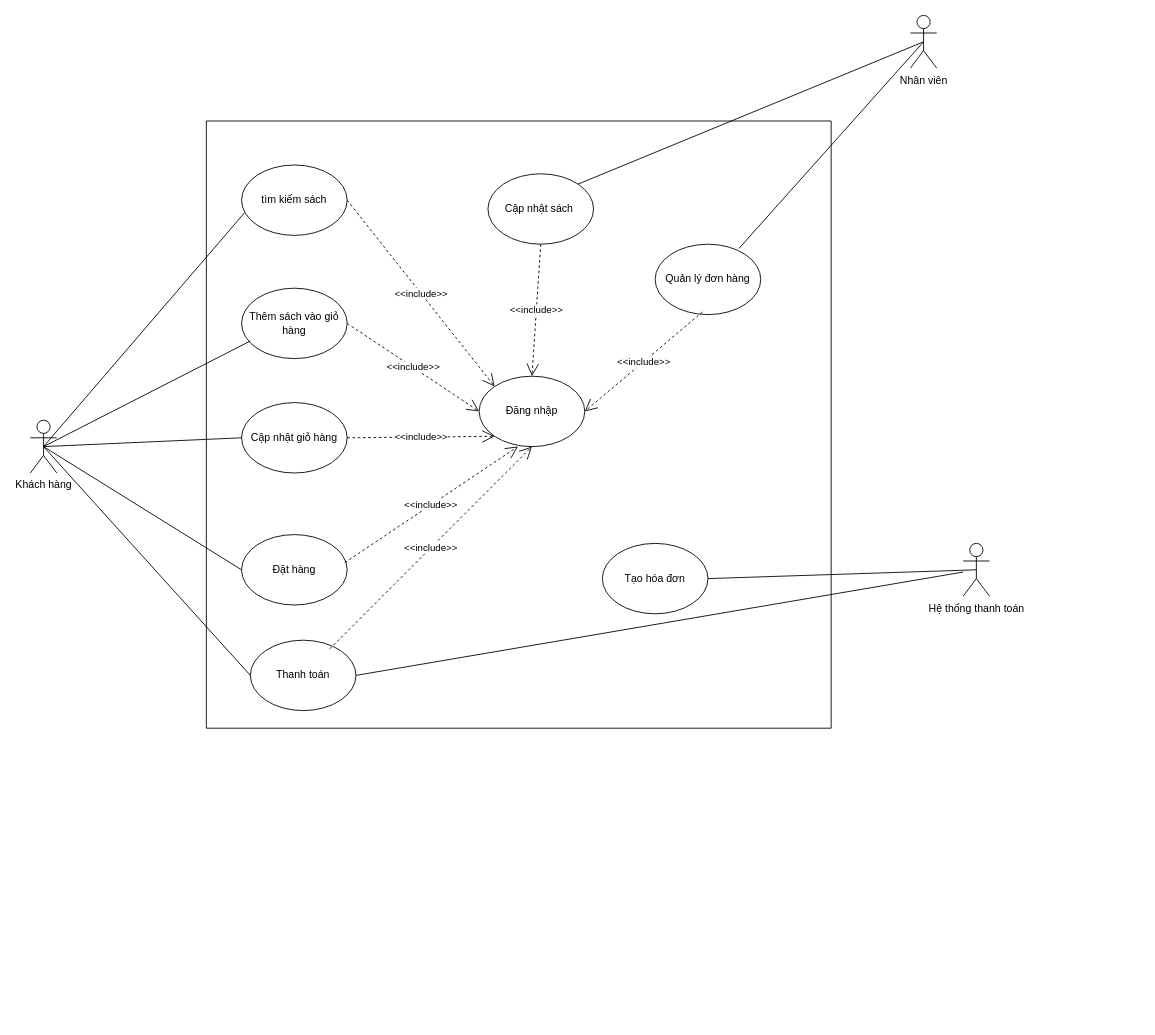
Above: page "Trang-1" (1 of 3) of Ôn giữa kỳ.drawio in Thanhmay2406/PTTKHT_IUH (draw.io), before the change. Source tidied: cells renumbered, new cells numbered last; positions are measured from the earlier drawing's top-left corner, leaving out a move shared by most shapes. Both pictures are drawn from the tidied source at 88%, with x=0, y=0 at pixel (30, 15).
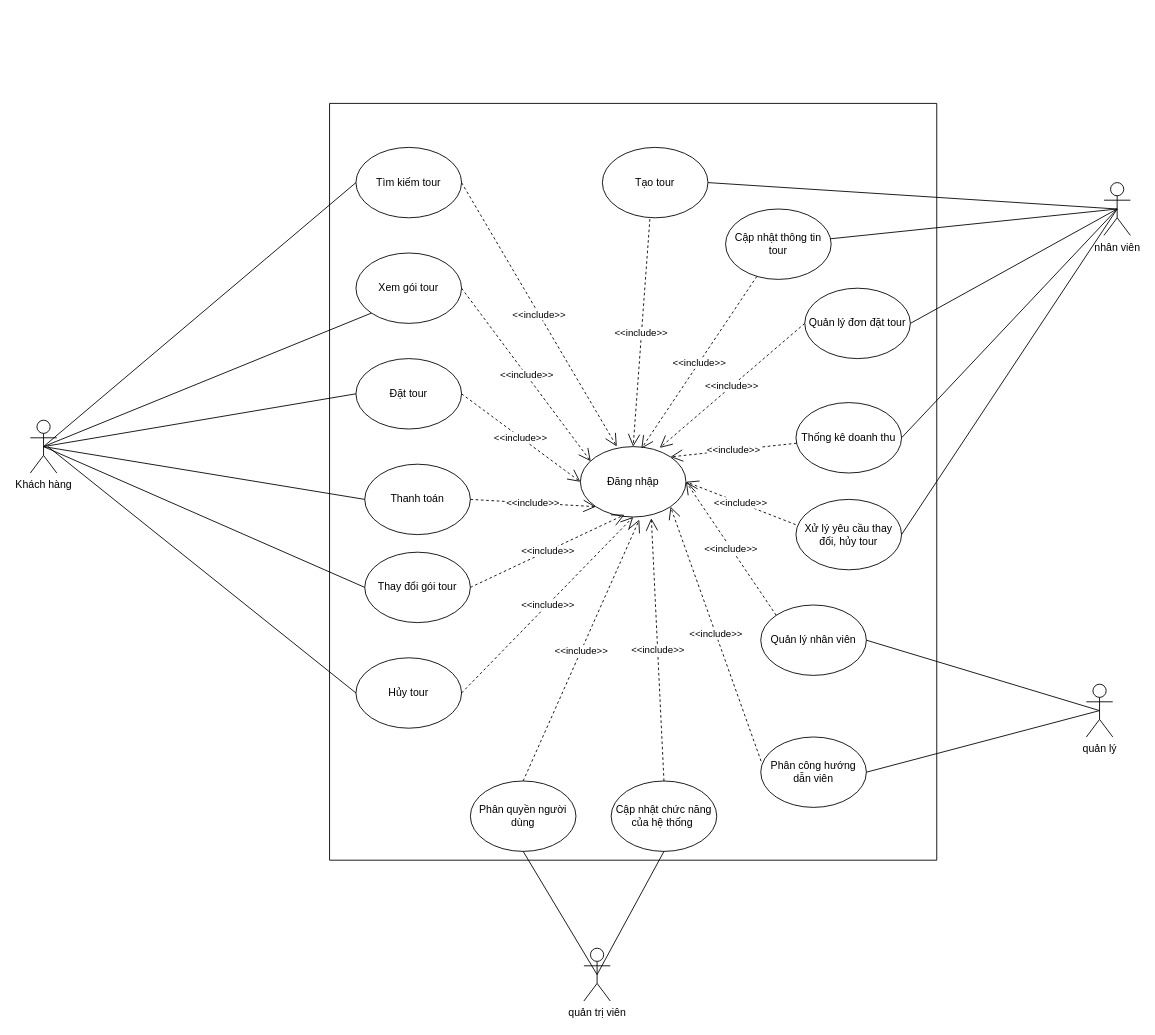
The same page after the edit.

Commit message:
Cập nhật Ôn giữa kỳ.drawio

Diff of the diagram source:
```diff
@@
-    <mxCell id="2" style="swimlane;startSize=0;" parent="1" vertex="1">
-      <mxGeometry x="200" y="120" width="710" height="690" as="geometry" />
-    </mxCell>
+    <mxCell id="31" style="swimlane;startSize=0;" parent="1" vertex="1">
+      <mxGeometry x="340" y="100" width="690" height="860" as="geometry" />
+    </mxCell>
-    <mxCell id="3" value="Đăng nhập" style="ellipse;whiteSpace=wrap;html=1;" parent="2" vertex="1">
-      <mxGeometry x="310" y="290" width="120" height="80" as="geometry" />
+    <mxCell id="3" value="Đăng nhập" style="ellipse;whiteSpace=wrap;html=1;" parent="31" vertex="1">
+      <mxGeometry x="285" y="390" width="120" height="80" as="geometry" />
     </mxCell>
-    <mxCell id="4" value="tìm kiếm sách" style="ellipse;whiteSpace=wrap;html=1;" parent="2" vertex="1">
-      <mxGeometry x="40" y="50" width="120" height="80" as="geometry" />
-    </mxCell>
-    <mxCell id="5" value="Thêm sách vào giỏ hàng" style="ellipse;whiteSpace=wrap;html=1;" parent="2" vertex="1">
-      <mxGeometry x="40" y="190" width="120" height="80" as="geometry" />
-    </mxCell>
-    <mxCell id="6" value="Cập nhật giỏ hàng" style="ellipse;whiteSpace=wrap;html=1;" parent="2" vertex="1">
-      <mxGeometry x="40" y="320" width="120" height="80" as="geometry" />
-    </mxCell>
-    <mxCell id="7" value="Đặt hàng" style="ellipse;whiteSpace=wrap;html=1;" parent="2" vertex="1">
-      <mxGeometry x="40" y="470" width="120" height="80" as="geometry" />
-    </mxCell>
-    <mxCell id="8" value="Cập nhật sách&amp;nbsp;" style="ellipse;whiteSpace=wrap;html=1;" parent="2" vertex="1">
-      <mxGeometry x="320" y="60" width="120" height="80" as="geometry" />
-    </mxCell>
-    <mxCell id="9" value="Quản lý đơn hàng" style="ellipse;whiteSpace=wrap;html=1;" parent="2" vertex="1">
-      <mxGeometry x="510" y="140" width="120" height="80" as="geometry" />
-    </mxCell>
-    <mxCell id="10" value="Tạo hóa đơn" style="ellipse;whiteSpace=wrap;html=1;" parent="2" vertex="1">
-      <mxGeometry x="450" y="480" width="120" height="80" as="geometry" />
-    </mxCell>
+    <mxCell id="32" value="Tìm kiếm tour" style="ellipse;whiteSpace=wrap;html=1;" parent="31" vertex="1">
+      <mxGeometry x="30" y="50" width="120" height="80" as="geometry" />
+    </mxCell>
+    <mxCell id="33" value="Xem gói tour" style="ellipse;whiteSpace=wrap;html=1;" parent="31" vertex="1">
+      <mxGeometry x="30" y="170" width="120" height="80" as="geometry" />
+    </mxCell>
+    <mxCell id="34" value="Đặt tour" style="ellipse;whiteSpace=wrap;html=1;" parent="31" vertex="1">
+      <mxGeometry x="30" y="290" width="120" height="80" as="geometry" />
+    </mxCell>
-    <mxCell id="11" value="Thanh toán" style="ellipse;whiteSpace=wrap;html=1;" parent="2" vertex="1">
-      <mxGeometry x="50" y="590" width="120" height="80" as="geometry" />
+    <mxCell id="11" value="Thanh toán" style="ellipse;whiteSpace=wrap;html=1;" parent="31" vertex="1">
+      <mxGeometry x="40" y="410" width="120" height="80" as="geometry" />
     </mxCell>
-    <mxCell id="12" value="&amp;lt;&amp;lt;include&amp;gt;&amp;gt;" style="endArrow=open;endSize=12;dashed=1;html=1;rounded=0;exitX=1;exitY=0.5;exitDx=0;exitDy=0;entryX=0;entryY=0;entryDx=0;entryDy=0;" parent="2" edge="1" source="4" target="3">
-      <mxGeometry relative="1" as="geometry" />
-    </mxCell>
+    <mxCell id="35" value="Thay đổi gói tour" style="ellipse;whiteSpace=wrap;html=1;" parent="31" vertex="1">
+      <mxGeometry x="40" y="510" width="120" height="80" as="geometry" />
+    </mxCell>
+    <mxCell id="36" value="Hủy tour" style="ellipse;whiteSpace=wrap;html=1;" parent="31" vertex="1">
+      <mxGeometry x="30" y="630" width="120" height="80" as="geometry" />
+    </mxCell>
+    <mxCell id="37" value="Tạo tour" style="ellipse;whiteSpace=wrap;html=1;" parent="31" vertex="1">
+      <mxGeometry x="310" y="50" width="120" height="80" as="geometry" />
+    </mxCell>
+    <mxCell id="38" value="Cập nhật thông tin tour" style="ellipse;whiteSpace=wrap;html=1;" parent="31" vertex="1">
+      <mxGeometry x="450" y="120" width="120" height="80" as="geometry" />
+    </mxCell>
+    <mxCell id="39" value="Quản lý đơn đặt tour" style="ellipse;whiteSpace=wrap;html=1;" parent="31" vertex="1">
+      <mxGeometry x="540" y="210" width="120" height="80" as="geometry" />
+    </mxCell>
+    <mxCell id="40" value="Thống kê doanh thu" style="ellipse;whiteSpace=wrap;html=1;" parent="31" vertex="1">
+      <mxGeometry x="530" y="340" width="120" height="80" as="geometry" />
+    </mxCell>
+    <mxCell id="41" value="Xử lý yêu cầu thay đổi, hủy tour" style="ellipse;whiteSpace=wrap;html=1;" parent="31" vertex="1">
+      <mxGeometry x="530" y="450" width="120" height="80" as="geometry" />
+    </mxCell>
+    <mxCell id="42" value="Quản lý nhân viên" style="ellipse;whiteSpace=wrap;html=1;" parent="31" vertex="1">
+      <mxGeometry x="490" y="570" width="120" height="80" as="geometry" />
+    </mxCell>
+    <mxCell id="43" value="Phân công hướng dẫn viên" style="ellipse;whiteSpace=wrap;html=1;" parent="31" vertex="1">
+      <mxGeometry x="490" y="720" width="120" height="80" as="geometry" />
+    </mxCell>
+    <mxCell id="44" value="Phân quyền người dùng" style="ellipse;whiteSpace=wrap;html=1;" parent="31" vertex="1">
+      <mxGeometry x="160" y="770" width="120" height="80" as="geometry" />
+    </mxCell>
+    <mxCell id="45" value="Cập nhật chức năng của hệ thống&amp;nbsp;" style="ellipse;whiteSpace=wrap;html=1;" parent="31" vertex="1">
+      <mxGeometry x="320" y="770" width="120" height="80" as="geometry" />
+    </mxCell>
+    <mxCell id="46" value="&amp;lt;&amp;lt;include&amp;gt;&amp;gt;" style="endArrow=open;endSize=12;dashed=1;html=1;rounded=0;exitX=1;exitY=0.5;exitDx=0;exitDy=0;entryX=0.345;entryY=-0.002;entryDx=0;entryDy=0;entryPerimeter=0;" parent="31" edge="1" source="32" target="3">
+      <mxGeometry relative="1" as="geometry" />
+    </mxCell>
+    <mxCell id="47" value="&amp;lt;&amp;lt;include&amp;gt;&amp;gt;" style="endArrow=open;endSize=12;dashed=1;html=1;rounded=0;exitX=1;exitY=0.5;exitDx=0;exitDy=0;entryX=0.098;entryY=0.208;entryDx=0;entryDy=0;entryPerimeter=0;" parent="31" edge="1" source="33" target="3">
+      <mxGeometry relative="1" as="geometry" />
+    </mxCell>
-    <mxCell id="13" value="&amp;lt;&amp;lt;include&amp;gt;&amp;gt;" style="endArrow=open;endSize=12;dashed=1;html=1;rounded=0;exitX=1;exitY=0.5;exitDx=0;exitDy=0;entryX=0;entryY=0.5;entryDx=0;entryDy=0;" parent="2" edge="1" source="5" target="3">
+    <mxCell id="13" value="&amp;lt;&amp;lt;include&amp;gt;&amp;gt;" style="endArrow=open;endSize=12;dashed=1;html=1;rounded=0;exitX=1;exitY=0.5;exitDx=0;exitDy=0;entryX=0;entryY=0.5;entryDx=0;entryDy=0;" parent="31" edge="1" source="34" target="3">
       <mxGeometry relative="1" as="geometry" />
     </mxCell>
-    <mxCell id="14" value="&amp;lt;&amp;lt;include&amp;gt;&amp;gt;" style="endArrow=open;endSize=12;dashed=1;html=1;rounded=0;exitX=1;exitY=0.5;exitDx=0;exitDy=0;entryX=0;entryY=1;entryDx=0;entryDy=0;" parent="2" edge="1" source="6" target="3">
+    <mxCell id="14" value="&amp;lt;&amp;lt;include&amp;gt;&amp;gt;" style="endArrow=open;endSize=12;dashed=1;html=1;rounded=0;exitX=1;exitY=0.5;exitDx=0;exitDy=0;entryX=0;entryY=1;entryDx=0;entryDy=0;" parent="31" edge="1" source="11" target="3">
       <mxGeometry relative="1" as="geometry" />
     </mxCell>
-    <mxCell id="15" value="&amp;lt;&amp;lt;include&amp;gt;&amp;gt;" style="endArrow=open;endSize=12;dashed=1;html=1;rounded=0;exitX=0.978;exitY=0.398;exitDx=0;exitDy=0;entryX=0.368;entryY=0.998;entryDx=0;entryDy=0;exitPerimeter=0;entryPerimeter=0;" parent="2" edge="1" source="7" target="3">
-      <mxGeometry relative="1" as="geometry" />
-    </mxCell>
-    <mxCell id="16" value="&amp;lt;&amp;lt;include&amp;gt;&amp;gt;" style="endArrow=open;endSize=12;dashed=1;html=1;rounded=0;entryX=0.5;entryY=1;entryDx=0;entryDy=0;exitX=0.752;exitY=0.123;exitDx=0;exitDy=0;exitPerimeter=0;" parent="2" edge="1" source="11" target="3">
-      <mxGeometry relative="1" as="geometry" />
-    </mxCell>
-    <mxCell id="17" value="&amp;lt;&amp;lt;include&amp;gt;&amp;gt;" style="endArrow=open;endSize=12;dashed=1;html=1;rounded=0;exitX=0.5;exitY=1;exitDx=0;exitDy=0;entryX=0.5;entryY=0;entryDx=0;entryDy=0;" parent="2" edge="1" source="8" target="3">
-      <mxGeometry relative="1" as="geometry" />
-    </mxCell>
-    <mxCell id="18" value="&amp;lt;&amp;lt;include&amp;gt;&amp;gt;" style="endArrow=open;endSize=12;dashed=1;html=1;rounded=0;exitX=0.448;exitY=0.963;exitDx=0;exitDy=0;entryX=1;entryY=0.5;entryDx=0;entryDy=0;exitPerimeter=0;" parent="2" edge="1" source="9" target="3">
-      <mxGeometry relative="1" as="geometry" />
-    </mxCell>
+    <mxCell id="48" value="&amp;lt;&amp;lt;include&amp;gt;&amp;gt;" style="endArrow=open;endSize=12;dashed=1;html=1;rounded=0;exitX=1;exitY=0.5;exitDx=0;exitDy=0;entryX=0.418;entryY=0.968;entryDx=0;entryDy=0;entryPerimeter=0;" parent="31" edge="1" source="35" target="3">
+      <mxGeometry relative="1" as="geometry" />
+    </mxCell>
+    <mxCell id="49" value="&amp;lt;&amp;lt;include&amp;gt;&amp;gt;" style="endArrow=open;endSize=12;dashed=1;html=1;rounded=0;exitX=1;exitY=0.5;exitDx=0;exitDy=0;entryX=0.5;entryY=1;entryDx=0;entryDy=0;" parent="31" edge="1" source="36" target="3">
+      <mxGeometry relative="1" as="geometry" />
+    </mxCell>
+    <mxCell id="50" value="&amp;lt;&amp;lt;include&amp;gt;&amp;gt;" style="endArrow=open;endSize=12;dashed=1;html=1;rounded=0;exitX=0.5;exitY=0;exitDx=0;exitDy=0;entryX=0.558;entryY=1.038;entryDx=0;entryDy=0;entryPerimeter=0;" parent="31" edge="1" source="44" target="3">
+      <mxGeometry relative="1" as="geometry" />
+    </mxCell>
+    <mxCell id="51" value="&amp;lt;&amp;lt;include&amp;gt;&amp;gt;" style="endArrow=open;endSize=12;dashed=1;html=1;rounded=0;exitX=0.5;exitY=0;exitDx=0;exitDy=0;entryX=0.672;entryY=1.018;entryDx=0;entryDy=0;entryPerimeter=0;" parent="31" edge="1" source="45" target="3">
+      <mxGeometry relative="1" as="geometry" />
+    </mxCell>
+    <mxCell id="52" value="&amp;lt;&amp;lt;include&amp;gt;&amp;gt;" style="endArrow=open;endSize=12;dashed=1;html=1;rounded=0;exitX=0.003;exitY=0.343;exitDx=0;exitDy=0;exitPerimeter=0;entryX=1;entryY=1;entryDx=0;entryDy=0;" parent="31" edge="1" source="43" target="3">
+      <mxGeometry relative="1" as="geometry" />
+    </mxCell>
+    <mxCell id="53" value="&amp;lt;&amp;lt;include&amp;gt;&amp;gt;" style="endArrow=open;endSize=12;dashed=1;html=1;rounded=0;exitX=0;exitY=0;exitDx=0;exitDy=0;entryX=1;entryY=0.5;entryDx=0;entryDy=0;" parent="31" edge="1" source="42" target="3">
+      <mxGeometry relative="1" as="geometry" />
+    </mxCell>
+    <mxCell id="54" value="&amp;lt;&amp;lt;include&amp;gt;&amp;gt;" style="endArrow=open;endSize=12;dashed=1;html=1;rounded=0;exitX=-0.003;exitY=0.358;exitDx=0;exitDy=0;exitPerimeter=0;entryX=1;entryY=0.5;entryDx=0;entryDy=0;" parent="31" edge="1" source="41" target="3">
+      <mxGeometry relative="1" as="geometry" />
+    </mxCell>
+    <mxCell id="55" value="&amp;lt;&amp;lt;include&amp;gt;&amp;gt;" style="endArrow=open;endSize=12;dashed=1;html=1;rounded=0;entryX=1;entryY=0;entryDx=0;entryDy=0;" parent="31" edge="1" source="40" target="3">
+      <mxGeometry relative="1" as="geometry" />
+    </mxCell>
+    <mxCell id="56" value="&amp;lt;&amp;lt;include&amp;gt;&amp;gt;" style="endArrow=open;endSize=12;dashed=1;html=1;rounded=0;exitX=0;exitY=0.5;exitDx=0;exitDy=0;entryX=0.752;entryY=0.018;entryDx=0;entryDy=0;entryPerimeter=0;" parent="31" edge="1" source="39" target="3">
+      <mxGeometry relative="1" as="geometry" />
+    </mxCell>
+    <mxCell id="57" value="&amp;lt;&amp;lt;include&amp;gt;&amp;gt;" style="endArrow=open;endSize=12;dashed=1;html=1;rounded=0;entryX=0.578;entryY=0.028;entryDx=0;entryDy=0;entryPerimeter=0;" parent="31" edge="1" source="38" target="3">
+      <mxGeometry relative="1" as="geometry" />
+    </mxCell>
+    <mxCell id="58" value="&amp;lt;&amp;lt;include&amp;gt;&amp;gt;" style="endArrow=open;endSize=12;dashed=1;html=1;rounded=0;exitX=0.45;exitY=1.018;exitDx=0;exitDy=0;exitPerimeter=0;entryX=0.5;entryY=0;entryDx=0;entryDy=0;" parent="31" edge="1" source="37" target="3">
+      <mxGeometry relative="1" as="geometry" />
+    </mxCell>
-    <mxCell id="19" value="Khách hàng" style="shape=umlActor;verticalLabelPosition=bottom;verticalAlign=top;html=1;outlineConnect=0;" parent="1" vertex="1">
+    <mxCell id="19" value="Khách hàng" style="shape=umlActor;verticalLabelPosition=bottom;verticalAlign=top;html=1;" parent="1" vertex="1">
       <mxGeometry y="460" width="30" height="60" as="geometry" />
     </mxCell>
-    <mxCell id="20" value="Nhân viên" style="shape=umlActor;verticalLabelPosition=bottom;verticalAlign=top;html=1;outlineConnect=0;" parent="1" vertex="1">
-      <mxGeometry x="1000" width="30" height="60" as="geometry" />
-    </mxCell>
-    <mxCell id="21" value="Hệ thống thanh toán" style="shape=umlActor;verticalLabelPosition=bottom;verticalAlign=top;html=1;outlineConnect=0;" parent="1" vertex="1">
-      <mxGeometry x="1060" y="600" width="30" height="60" as="geometry" />
-    </mxCell>
-    <mxCell id="22" style="endArrow=none;html=1;rounded=0;exitX=0.5;exitY=0.5;exitDx=0;exitDy=0;exitPerimeter=0;" parent="1" edge="1" source="19">
-      <mxGeometry relative="1" as="geometry">
-        <mxPoint x="250" y="370" as="targetPoint" />
-      </mxGeometry>
-    </mxCell>
-    <mxCell id="23" style="endArrow=none;html=1;rounded=0;entryX=0.028;entryY=0.679;entryDx=0;entryDy=0;entryPerimeter=0;exitX=0.5;exitY=0.5;exitDx=0;exitDy=0;exitPerimeter=0;" parent="1" edge="1" source="19" target="4">
-      <mxGeometry relative="1" as="geometry" />
-    </mxCell>
-    <mxCell id="24" style="endArrow=none;html=1;rounded=0;entryX=0;entryY=0.5;entryDx=0;entryDy=0;exitX=0.5;exitY=0.5;exitDx=0;exitDy=0;exitPerimeter=0;" parent="1" edge="1" source="19" target="6">
-      <mxGeometry relative="1" as="geometry" />
-    </mxCell>
-    <mxCell id="25" style="endArrow=none;html=1;rounded=0;entryX=0;entryY=0.5;entryDx=0;entryDy=0;exitX=0.5;exitY=0.5;exitDx=0;exitDy=0;exitPerimeter=0;" parent="1" edge="1" source="19" target="7">
-      <mxGeometry relative="1" as="geometry" />
-    </mxCell>
-    <mxCell id="26" style="endArrow=none;html=1;rounded=0;entryX=0.5;entryY=0.5;entryDx=0;entryDy=0;entryPerimeter=0;exitX=0;exitY=0.5;exitDx=0;exitDy=0;" parent="1" edge="1" source="11" target="19">
-      <mxGeometry relative="1" as="geometry" />
-    </mxCell>
-    <mxCell id="27" style="endArrow=none;html=1;rounded=0;entryX=0.5;entryY=0.5;entryDx=0;entryDy=0;entryPerimeter=0;exitX=1;exitY=0;exitDx=0;exitDy=0;" parent="1" edge="1" source="8" target="20">
-      <mxGeometry relative="1" as="geometry" />
-    </mxCell>
-    <mxCell id="28" style="endArrow=none;html=1;rounded=0;entryX=0.5;entryY=0.5;entryDx=0;entryDy=0;entryPerimeter=0;exitX=0.794;exitY=0.06;exitDx=0;exitDy=0;exitPerimeter=0;" parent="1" edge="1" source="9" target="20">
-      <mxGeometry relative="1" as="geometry" />
-    </mxCell>
-    <mxCell id="29" style="endArrow=none;html=1;rounded=0;entryX=0.5;entryY=0.5;entryDx=0;entryDy=0;entryPerimeter=0;exitX=1;exitY=0.5;exitDx=0;exitDy=0;" parent="1" edge="1" source="10" target="21">
-      <mxGeometry relative="1" as="geometry" />
-    </mxCell>
-    <mxCell id="30" style="endArrow=none;html=1;rounded=0;exitX=1;exitY=0.5;exitDx=0;exitDy=0;" parent="1" edge="1" source="11" target="21">
-      <mxGeometry relative="1" as="geometry" />
-    </mxCell>
+    <mxCell id="59" style="endArrow=none;html=1;rounded=0;exitX=0.5;exitY=0.5;exitDx=0;exitDy=0;exitPerimeter=0;entryX=0;entryY=0.5;entryDx=0;entryDy=0;" parent="1" edge="1" source="19" target="32">
+      <mxGeometry relative="1" as="geometry" />
+    </mxCell>
+    <mxCell id="60" style="endArrow=none;html=1;rounded=0;exitX=0.5;exitY=0.5;exitDx=0;exitDy=0;exitPerimeter=0;entryX=0;entryY=1;entryDx=0;entryDy=0;" parent="1" edge="1" source="19" target="33">
+      <mxGeometry relative="1" as="geometry" />
+    </mxCell>
+    <mxCell id="61" style="endArrow=none;html=1;rounded=0;exitX=0.5;exitY=0.5;exitDx=0;exitDy=0;exitPerimeter=0;entryX=0;entryY=0.5;entryDx=0;entryDy=0;" parent="1" edge="1" source="19" target="34">
+      <mxGeometry relative="1" as="geometry" />
+    </mxCell>
+    <mxCell id="62" style="endArrow=none;html=1;rounded=0;exitX=0.5;exitY=0.5;exitDx=0;exitDy=0;exitPerimeter=0;entryX=0;entryY=0.5;entryDx=0;entryDy=0;" parent="1" edge="1" source="19" target="11">
+      <mxGeometry relative="1" as="geometry" />
+    </mxCell>
+    <mxCell id="63" style="endArrow=none;html=1;rounded=0;exitX=0.5;exitY=0.5;exitDx=0;exitDy=0;exitPerimeter=0;entryX=0;entryY=0.5;entryDx=0;entryDy=0;" parent="1" edge="1" source="19" target="35">
+      <mxGeometry relative="1" as="geometry" />
+    </mxCell>
+    <mxCell id="64" style="endArrow=none;html=1;rounded=0;entryX=0;entryY=0.5;entryDx=0;entryDy=0;" parent="1" edge="1" target="36">
+      <mxGeometry relative="1" as="geometry">
+        <mxPoint x="20" y="490" as="sourcePoint" />
+      </mxGeometry>
+    </mxCell>
+    <mxCell id="65" value="quản trị viên" style="shape=umlActor;verticalLabelPosition=bottom;verticalAlign=top;html=1;outlineConnect=0;" parent="1" vertex="1">
+      <mxGeometry x="629" y="1060" width="30" height="60" as="geometry" />
+    </mxCell>
+    <mxCell id="66" value="nhân viên" style="shape=umlActor;verticalLabelPosition=bottom;verticalAlign=top;html=1;" parent="1" vertex="1">
+      <mxGeometry x="1220" y="190" width="30" height="60" as="geometry" />
+    </mxCell>
+    <mxCell id="67" style="endArrow=none;html=1;rounded=0;entryX=0.5;entryY=1;entryDx=0;entryDy=0;exitX=0.5;exitY=0.5;exitDx=0;exitDy=0;exitPerimeter=0;" parent="1" edge="1" source="65" target="44">
+      <mxGeometry relative="1" as="geometry" />
+    </mxCell>
+    <mxCell id="68" style="endArrow=none;html=1;rounded=0;entryX=0.5;entryY=1;entryDx=0;entryDy=0;exitX=0.5;exitY=0.5;exitDx=0;exitDy=0;exitPerimeter=0;" parent="1" edge="1" source="65" target="45">
+      <mxGeometry relative="1" as="geometry" />
+    </mxCell>
+    <mxCell id="69" style="endArrow=none;html=1;rounded=0;entryX=0.5;entryY=0.5;entryDx=0;entryDy=0;entryPerimeter=0;exitX=1;exitY=0.5;exitDx=0;exitDy=0;" parent="1" edge="1" source="37" target="66">
+      <mxGeometry relative="1" as="geometry" />
+    </mxCell>
+    <mxCell id="70" style="endArrow=none;html=1;rounded=0;entryX=0.5;entryY=0.5;entryDx=0;entryDy=0;entryPerimeter=0;" parent="1" edge="1" source="38" target="66">
+      <mxGeometry relative="1" as="geometry" />
+    </mxCell>
+    <mxCell id="71" style="endArrow=none;html=1;rounded=0;entryX=0.5;entryY=0.5;entryDx=0;entryDy=0;entryPerimeter=0;exitX=1;exitY=0.5;exitDx=0;exitDy=0;" parent="1" edge="1" source="39" target="66">
+      <mxGeometry relative="1" as="geometry" />
+    </mxCell>
+    <mxCell id="72" style="endArrow=none;html=1;rounded=0;entryX=0.5;entryY=0.5;entryDx=0;entryDy=0;entryPerimeter=0;exitX=1;exitY=0.5;exitDx=0;exitDy=0;" parent="1" edge="1" source="40" target="66">
+      <mxGeometry relative="1" as="geometry" />
+    </mxCell>
+    <mxCell id="73" style="endArrow=none;html=1;rounded=0;entryX=0.5;entryY=0.5;entryDx=0;entryDy=0;entryPerimeter=0;exitX=1;exitY=0.5;exitDx=0;exitDy=0;" parent="1" edge="1" source="41" target="66">
+      <mxGeometry relative="1" as="geometry" />
+    </mxCell>
+    <mxCell id="74" value="quản lý" style="shape=umlActor;verticalLabelPosition=bottom;verticalAlign=top;html=1;outlineConnect=0;" parent="1" vertex="1">
+      <mxGeometry x="1200" y="760" width="30" height="60" as="geometry" />
+    </mxCell>
+    <mxCell id="75" style="endArrow=none;html=1;rounded=0;exitX=1;exitY=0.5;exitDx=0;exitDy=0;entryX=0.5;entryY=0.5;entryDx=0;entryDy=0;entryPerimeter=0;" parent="1" edge="1" source="42" target="74">
+      <mxGeometry relative="1" as="geometry" />
+    </mxCell>
+    <mxCell id="76" style="endArrow=none;html=1;rounded=0;exitX=1;exitY=0.5;exitDx=0;exitDy=0;entryX=0.5;entryY=0.5;entryDx=0;entryDy=0;entryPerimeter=0;" parent="1" edge="1" source="43" target="74">
+      <mxGeometry relative="1" as="geometry" />
+    </mxCell>
```
